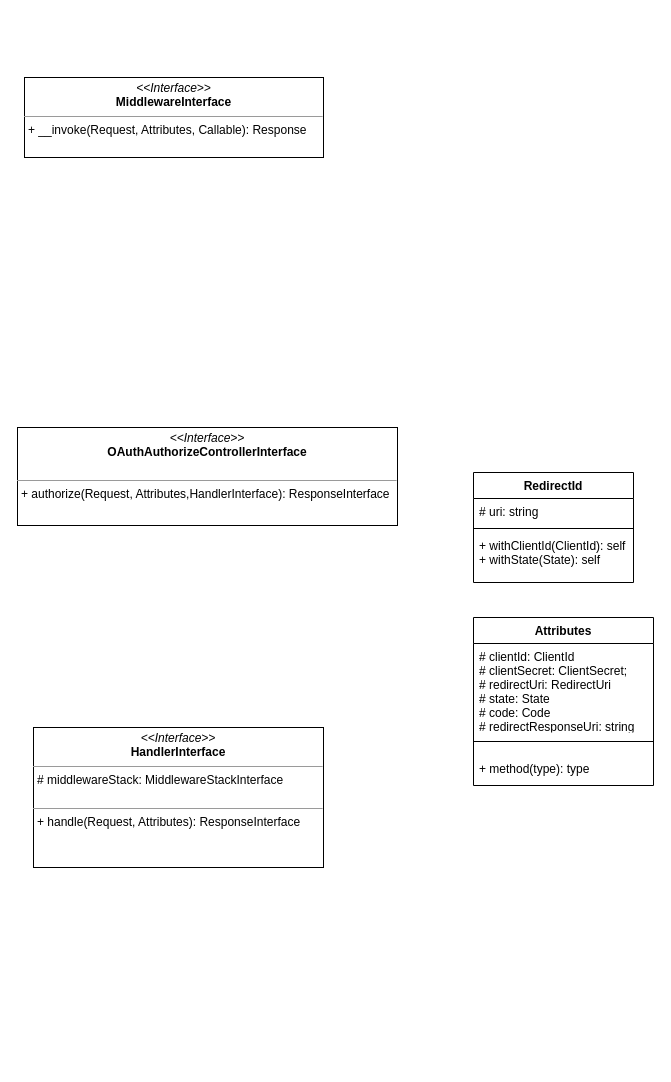
This is oauth.drawio from andrzej-pakula/oauth-api-connector-bundle, a draw.io file, before an edit. Source tidied: cells renumbered, new cells numbered last; positions are measured from the earlier drawing's top-left corner, leaving out a move shared by most shapes. Both pictures are drawn from the tidied source at 100%, with x=0, y=0 at pixel (17, 77).
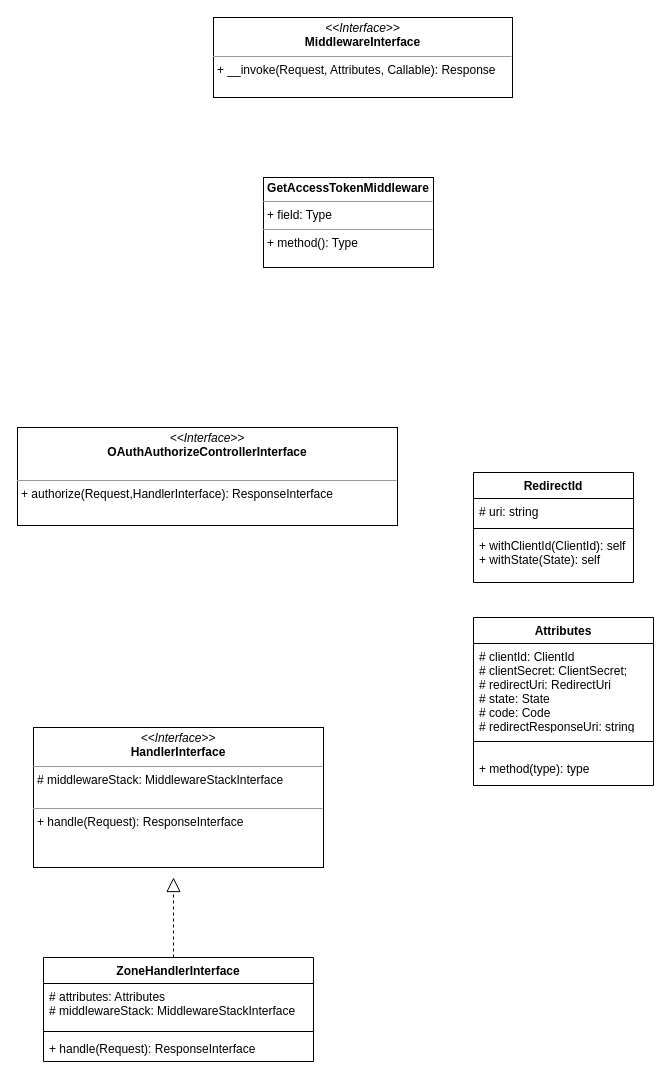
Above is the later version.

Diff of the diagram source:
```diff
@@
 <mxGraphModel>
   <root>
     <mxCell id="0" />
     <mxCell id="1" parent="0" />
-    <mxCell id="2" value="&lt;p style=&quot;margin: 0px ; margin-top: 4px ; text-align: center&quot;&gt;&lt;i&gt;&amp;lt;&amp;lt;Interface&amp;gt;&amp;gt;&lt;/i&gt;&lt;br&gt;&lt;b&gt;OAuthAuthorizeControllerInterface&lt;/b&gt;&lt;br&gt;&lt;/p&gt;&lt;p style=&quot;margin: 0px ; margin-left: 4px&quot;&gt;&lt;br&gt;&lt;/p&gt;&lt;hr size=&quot;1&quot;&gt;&lt;p style=&quot;margin: 0px ; margin-left: 4px&quot;&gt;+ authorize(Request, Attributes,HandlerInterface): ResponseInterface&lt;br&gt;&lt;br&gt;&lt;/p&gt;" style="verticalAlign=top;align=left;overflow=fill;fontSize=12;fontFamily=Helvetica;html=1;" parent="1" vertex="1">
+    <mxCell id="2" value="&lt;p style=&quot;margin: 0px ; margin-top: 4px ; text-align: center&quot;&gt;&lt;i&gt;&amp;lt;&amp;lt;Interface&amp;gt;&amp;gt;&lt;/i&gt;&lt;br&gt;&lt;b&gt;OAuthAuthorizeControllerInterface&lt;/b&gt;&lt;br&gt;&lt;/p&gt;&lt;p style=&quot;margin: 0px ; margin-left: 4px&quot;&gt;&lt;br&gt;&lt;/p&gt;&lt;hr size=&quot;1&quot;&gt;&lt;p style=&quot;margin: 0px ; margin-left: 4px&quot;&gt;+ authorize(Request,HandlerInterface): ResponseInterface&lt;br&gt;&lt;br&gt;&lt;/p&gt;" style="verticalAlign=top;align=left;overflow=fill;fontSize=12;fontFamily=Helvetica;html=1;" parent="1" vertex="1">
       <mxGeometry y="350" width="380" height="98" as="geometry" />
     </mxCell>
     <mxCell id="3" value="Attributes" style="swimlane;fontStyle=1;align=center;verticalAlign=top;horizontal=1;startSize=26;" parent="1" vertex="1">
       <mxGeometry x="456" y="540" width="180" height="168" as="geometry" />
     </mxCell>
     <mxCell id="4" value="# clientId: ClientId&#10;# clientSecret: ClientSecret;&#10;# redirectUri: RedirectUri&#10;# state: State&#10;# code: Code&#10;# redirectResponseUri: string" style="text;strokeColor=none;fillColor=none;align=left;verticalAlign=top;spacingLeft=4;spacingRight=4;overflow=hidden;" parent="3" vertex="1">
       <mxGeometry y="26" width="180" height="84" as="geometry" />
     </mxCell>
     <mxCell id="5" style="line;strokeWidth=1;fillColor=none;align=left;verticalAlign=middle;spacingTop=-1;spacingLeft=3;spacingRight=3;labelPosition=right;" parent="3" vertex="1">
       <mxGeometry y="110" width="180" height="28" as="geometry" />
     </mxCell>
     <mxCell id="6" value="+ method(type): type" style="text;strokeColor=none;fillColor=none;align=left;verticalAlign=top;spacingLeft=4;spacingRight=4;overflow=hidden;" parent="3" vertex="1">
       <mxGeometry y="138" width="180" height="30" as="geometry" />
     </mxCell>
     <mxCell id="7" value="RedirectId" style="swimlane;fontStyle=1;align=center;verticalAlign=top;horizontal=1;startSize=26;" parent="1" vertex="1">
       <mxGeometry x="456" y="395" width="160" height="110" as="geometry" />
     </mxCell>
     <mxCell id="8" value="# uri: string" style="text;strokeColor=none;fillColor=none;align=left;verticalAlign=top;spacingLeft=4;spacingRight=4;overflow=hidden;" parent="7" vertex="1">
       <mxGeometry y="26" width="160" height="26" as="geometry" />
     </mxCell>
     <mxCell id="9" style="line;strokeWidth=1;fillColor=none;align=left;verticalAlign=middle;spacingTop=-1;spacingLeft=3;spacingRight=3;labelPosition=right;" parent="7" vertex="1">
       <mxGeometry y="52" width="160" height="8" as="geometry" />
     </mxCell>
     <mxCell id="10" value="+ withClientId(ClientId): self&#10;+ withState(State): self" style="text;strokeColor=none;fillColor=none;align=left;verticalAlign=top;spacingLeft=4;spacingRight=4;overflow=hidden;" parent="7" vertex="1">
       <mxGeometry y="60" width="160" height="50" as="geometry" />
     </mxCell>
     <mxCell id="11" value="&lt;p style=&quot;margin: 0px ; margin-top: 4px ; text-align: center&quot;&gt;&lt;i&gt;&amp;lt;&amp;lt;Interface&amp;gt;&amp;gt;&lt;/i&gt;&lt;br&gt;&lt;b&gt;MiddlewareInterface&lt;/b&gt;&lt;/p&gt;&lt;hr size=&quot;1&quot;&gt;&lt;p style=&quot;margin: 0px ; margin-left: 4px&quot;&gt;&lt;span&gt;+ __invoke(Request, Attributes, Callable): Response&lt;/span&gt;&lt;/p&gt;&amp;nbsp;&amp;nbsp;&lt;p style=&quot;margin: 0px ; margin-left: 4px&quot;&gt;&lt;br&gt;&lt;/p&gt;" style="verticalAlign=top;align=left;overflow=fill;fontSize=12;fontFamily=Helvetica;html=1;" parent="1" vertex="1">
-      <mxGeometry x="7" width="299" height="80" as="geometry" />
+      <mxGeometry x="196" y="-60" width="299" height="80" as="geometry" />
     </mxCell>
-    <mxCell id="12" value="&lt;p style=&quot;margin: 0px ; margin-top: 4px ; text-align: center&quot;&gt;&lt;i&gt;&amp;lt;&amp;lt;Interface&amp;gt;&amp;gt;&lt;/i&gt;&lt;br&gt;&lt;b&gt;HandlerInterface&lt;/b&gt;&lt;/p&gt;&lt;hr size=&quot;1&quot;&gt;&lt;p style=&quot;margin: 0px ; margin-left: 4px&quot;&gt;# middlewareStack: MiddlewareStackInterface&lt;br&gt;&lt;br&gt;&lt;/p&gt;&lt;hr size=&quot;1&quot;&gt;&lt;p style=&quot;margin: 0px ; margin-left: 4px&quot;&gt;+ handle(Request, Attributes): ResponseInterface&lt;br&gt;&lt;/p&gt;" style="verticalAlign=top;align=left;overflow=fill;fontSize=12;fontFamily=Helvetica;html=1;" parent="1" vertex="1">
+    <mxCell id="12" value="&lt;p style=&quot;margin: 0px ; margin-top: 4px ; text-align: center&quot;&gt;&lt;i&gt;&amp;lt;&amp;lt;Interface&amp;gt;&amp;gt;&lt;/i&gt;&lt;br&gt;&lt;b&gt;HandlerInterface&lt;/b&gt;&lt;/p&gt;&lt;hr size=&quot;1&quot;&gt;&lt;p style=&quot;margin: 0px ; margin-left: 4px&quot;&gt;# middlewareStack: MiddlewareStackInterface&lt;br&gt;&lt;br&gt;&lt;/p&gt;&lt;hr size=&quot;1&quot;&gt;&lt;p style=&quot;margin: 0px ; margin-left: 4px&quot;&gt;+ handle(Request): ResponseInterface&lt;br&gt;&lt;/p&gt;" style="verticalAlign=top;align=left;overflow=fill;fontSize=12;fontFamily=Helvetica;html=1;" parent="1" vertex="1">
       <mxGeometry x="16" y="650" width="290" height="140" as="geometry" />
     </mxCell>
+    <mxCell id="13" value="&lt;p style=&quot;margin: 0px ; margin-top: 4px ; text-align: center&quot;&gt;&lt;b&gt;GetAccessTokenMiddleware&lt;/b&gt;&lt;/p&gt;&lt;hr size=&quot;1&quot;&gt;&lt;p style=&quot;margin: 0px ; margin-left: 4px&quot;&gt;+ field: Type&lt;/p&gt;&lt;hr size=&quot;1&quot;&gt;&lt;p style=&quot;margin: 0px ; margin-left: 4px&quot;&gt;+ method(): Type&lt;/p&gt;" style="verticalAlign=top;align=left;overflow=fill;fontSize=12;fontFamily=Helvetica;html=1;" parent="1" vertex="1">
+      <mxGeometry x="246" y="100" width="170" height="90" as="geometry" />
+    </mxCell>
+    <mxCell id="14" style="endArrow=block;dashed=1;endFill=0;endSize=12;html=1;" parent="1" edge="1">
+      <mxGeometry relative="1" as="geometry">
+        <mxPoint x="156" y="880" as="sourcePoint" />
+        <mxPoint x="156" y="800" as="targetPoint" />
+      </mxGeometry>
+    </mxCell>
+    <mxCell id="15" value="ZoneHandlerInterface" style="swimlane;fontStyle=1;align=center;verticalAlign=top;horizontal=1;startSize=26;" parent="1" vertex="1">
+      <mxGeometry x="26" y="880" width="270" height="104" as="geometry" />
+    </mxCell>
+    <mxCell id="16" value="# attributes: Attributes&#10;# middlewareStack: MiddlewareStackInterface" style="text;strokeColor=none;fillColor=none;align=left;verticalAlign=top;spacingLeft=4;spacingRight=4;overflow=hidden;" parent="15" vertex="1">
+      <mxGeometry y="26" width="270" height="44" as="geometry" />
+    </mxCell>
+    <mxCell id="17" style="line;strokeWidth=1;fillColor=none;align=left;verticalAlign=middle;spacingTop=-1;spacingLeft=3;spacingRight=3;labelPosition=right;" parent="15" vertex="1">
+      <mxGeometry y="70" width="270" height="8" as="geometry" />
+    </mxCell>
+    <mxCell id="18" value="+ handle(Request): ResponseInterface" style="text;strokeColor=none;fillColor=none;align=left;verticalAlign=top;spacingLeft=4;spacingRight=4;overflow=hidden;" parent="15" vertex="1">
+      <mxGeometry y="78" width="270" height="26" as="geometry" />
+    </mxCell>
   </root>
 </mxGraphModel>
```
